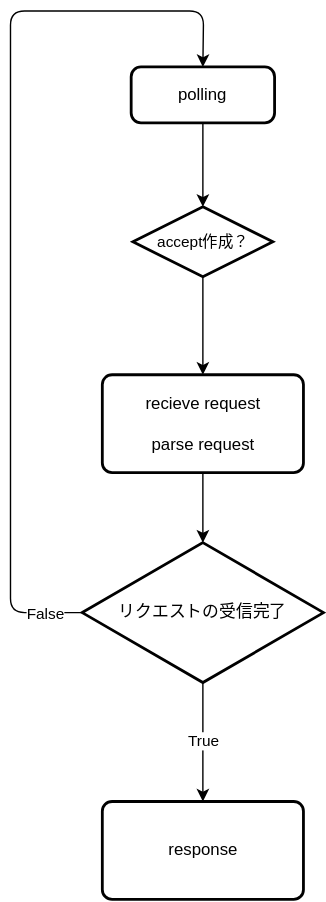
The draw.io diagram drawing/whole_flow.drawio.svg in kohkubo/webserv, before a commit. Source tidied: cells renumbered, new cells last; positions are measured from the earlier drawing's top-left corner, leaving out a move shared by most shapes.
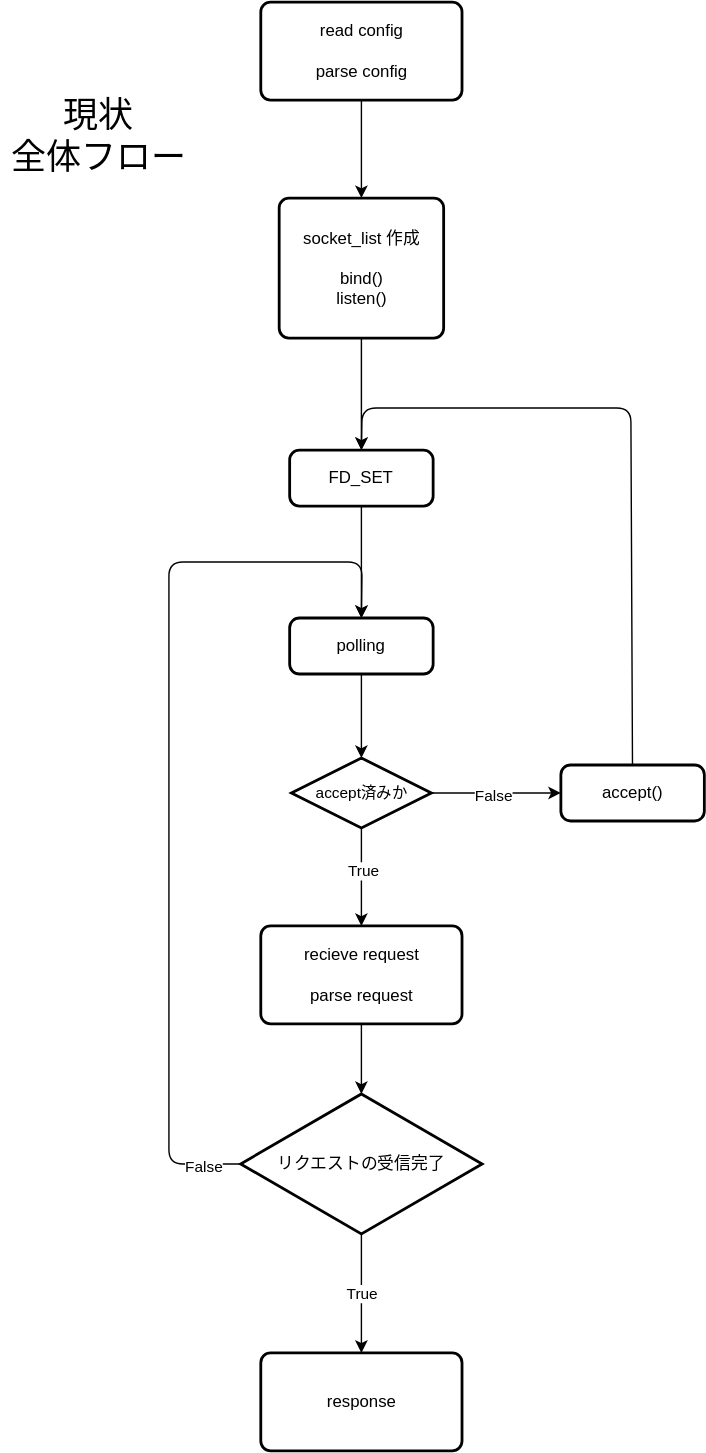
Later version of the same file.

Commit message:
done straght flow

Diff of the diagram source:
```diff
@@ -5,6 +5,9 @@
     <mxCell id="2" style="edgeStyle=none;html=1;entryX=0.5;entryY=0;entryDx=0;entryDy=0;strokeColor=#000000;startArrow=none;" parent="1" edge="1" source="11" target="5">
       <mxGeometry relative="1" as="geometry" />
     </mxCell>
+    <mxCell id="13" value="True" style="edgeLabel;html=1;align=center;verticalAlign=middle;fontSize=11;fontFamily=Helvetica;fontColor=default;" parent="2" vertex="1">
+      <mxGeometry x="-0.14" y="1" relative="1" as="geometry" />
+    </mxCell>
     <mxCell id="3" value="polling" style="rounded=1;whiteSpace=wrap;html=1;absoluteArcSize=1;arcSize=14;strokeWidth=2;" parent="1" vertex="1">
       <mxGeometry x="86.2" y="40" width="102.5" height="40" as="geometry" />
     </mxCell>
@@ -35,11 +38,49 @@
     <mxCell id="10" value="response" style="rounded=1;whiteSpace=wrap;html=1;absoluteArcSize=1;arcSize=14;strokeWidth=2;" parent="1" vertex="1">
       <mxGeometry x="65.6" y="565" width="143.8" height="70" as="geometry" />
     </mxCell>
+    <mxCell id="14" style="edgeStyle=none;html=1;strokeColor=#000000;" parent="1" edge="1" source="11" target="17">
+      <mxGeometry relative="1" as="geometry" />
+    </mxCell>
+    <mxCell id="15" value="False" style="edgeLabel;html=1;align=center;verticalAlign=middle;fontSize=11;fontFamily=Helvetica;fontColor=default;" parent="14" vertex="1">
+      <mxGeometry x="-0.07" y="-1" relative="1" as="geometry" />
+    </mxCell>
-    <mxCell id="11" value="accept作成？" style="strokeWidth=2;html=1;shape=mxgraph.flowchart.decision;whiteSpace=wrap;fontFamily=Helvetica;fontSize=11;fontColor=default;" parent="1" vertex="1">
+    <mxCell id="11" value="accept済みか" style="strokeWidth=2;html=1;shape=mxgraph.flowchart.decision;whiteSpace=wrap;fontFamily=Helvetica;fontSize=11;fontColor=default;" parent="1" vertex="1">
       <mxGeometry x="87.5" y="140" width="100" height="50" as="geometry" />
     </mxCell>
     <mxCell id="12" style="edgeStyle=none;html=1;entryX=0.5;entryY=0;entryDx=0;entryDy=0;strokeColor=#000000;endArrow=classic;endFill=1;" parent="1" edge="1" source="3" target="11">
       <mxGeometry relative="1" as="geometry" />
     </mxCell>
+    <mxCell id="16" style="edgeStyle=none;shape=connector;rounded=1;html=1;entryX=0.5;entryY=0;entryDx=0;entryDy=0;labelBackgroundColor=default;fontFamily=Helvetica;fontSize=11;fontColor=default;endArrow=classic;strokeColor=#000000;" parent="1" edge="1" source="17" target="19">
+      <mxGeometry relative="1" as="geometry">
+        <Array as="points">
+          <mxPoint x="330" y="-110" />
+          <mxPoint x="138" y="-110" />
+        </Array>
+      </mxGeometry>
+    </mxCell>
+    <mxCell id="17" value="accept()" style="rounded=1;whiteSpace=wrap;html=1;absoluteArcSize=1;arcSize=14;strokeWidth=2;" parent="1" vertex="1">
+      <mxGeometry x="280" y="145" width="102.5" height="40" as="geometry" />
+    </mxCell>
+    <mxCell id="18" style="edgeStyle=none;shape=connector;rounded=1;html=1;entryX=0.5;entryY=0;entryDx=0;entryDy=0;labelBackgroundColor=default;fontFamily=Helvetica;fontSize=11;fontColor=default;endArrow=classic;strokeColor=#000000;" parent="1" edge="1" source="19" target="3">
+      <mxGeometry relative="1" as="geometry" />
+    </mxCell>
+    <mxCell id="19" value="FD_SET" style="rounded=1;whiteSpace=wrap;html=1;absoluteArcSize=1;arcSize=14;strokeWidth=2;" parent="1" vertex="1">
+      <mxGeometry x="86.2" y="-80" width="102.5" height="40" as="geometry" />
+    </mxCell>
+    <mxCell id="20" style="edgeStyle=none;shape=connector;rounded=1;html=1;entryX=0.5;entryY=0;entryDx=0;entryDy=0;labelBackgroundColor=default;fontFamily=Helvetica;fontSize=11;fontColor=default;endArrow=classic;strokeColor=#000000;" parent="1" edge="1" source="21" target="19">
+      <mxGeometry relative="1" as="geometry" />
+    </mxCell>
+    <mxCell id="21" value="socket_list 作成&lt;br&gt;&lt;br&gt;bind()&lt;br&gt;listen()" style="rounded=1;whiteSpace=wrap;html=1;absoluteArcSize=1;arcSize=14;strokeWidth=2;" parent="1" vertex="1">
+      <mxGeometry x="78.8" y="-260" width="117.5" height="100" as="geometry" />
+    </mxCell>
+    <mxCell id="22" style="edgeStyle=none;shape=connector;rounded=1;html=1;entryX=0.5;entryY=0;entryDx=0;entryDy=0;labelBackgroundColor=default;fontFamily=Helvetica;fontSize=11;fontColor=default;endArrow=classic;strokeColor=#000000;" parent="1" edge="1" source="23" target="21">
+      <mxGeometry relative="1" as="geometry" />
+    </mxCell>
+    <mxCell id="23" value="read config&lt;br&gt;&lt;br&gt;parse config" style="rounded=1;whiteSpace=wrap;html=1;absoluteArcSize=1;arcSize=14;strokeWidth=2;" parent="1" vertex="1">
+      <mxGeometry x="65.6" y="-400" width="143.8" height="70" as="geometry" />
+    </mxCell>
+    <mxCell id="24" value="&lt;font style=&quot;font-size: 25px&quot;&gt;現状&lt;br&gt;全体フロー&lt;br&gt;&lt;/font&gt;" style="text;html=1;strokeColor=none;fillColor=none;align=center;verticalAlign=middle;whiteSpace=wrap;rounded=0;fontFamily=Helvetica;fontSize=11;fontColor=default;" parent="1" vertex="1">
+      <mxGeometry x="-120" y="-320" width="140" height="30" as="geometry" />
+    </mxCell>
   </root>
 </mxGraphModel>
```
